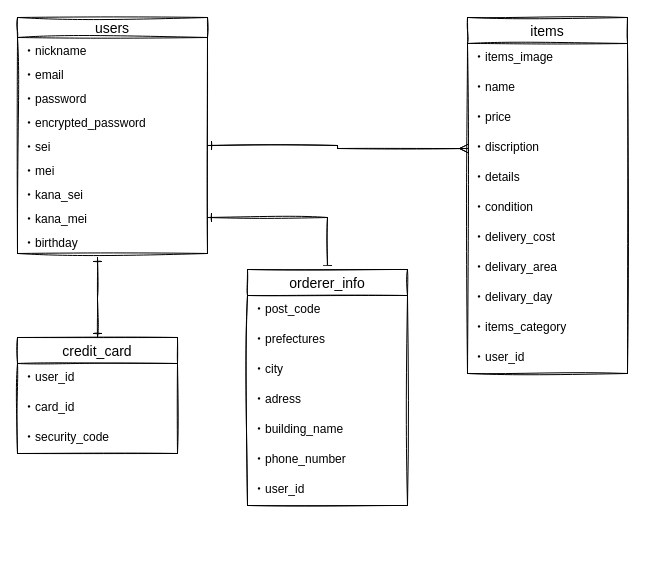
Earlier version of the draw.io diagram ER.dio (IshigeU/furima-32338). Source tidied: cells renumbered, new cells numbered last; positions are measured from the earlier drawing's top-left corner, leaving out a move shared by most shapes. Both pictures are drawn from the tidied source at 100%, with x=0, y=0 at pixel (17, 17).
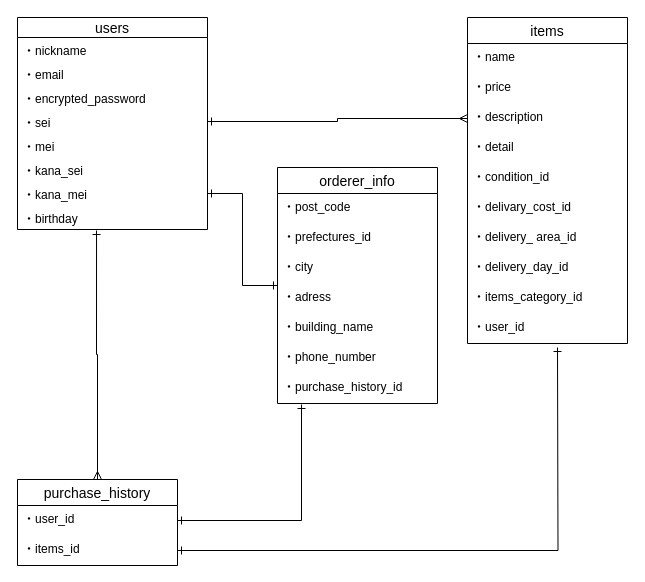
The same diagram, later.

Commit message (it also covers changes not shown here):
ER図およびREADMEの記述修正①

Unchanged cells that the change refers to:
```xml
<mxCell id="36" value="・user_id" style="text;strokeColor=none;fillColor=none;spacingLeft=4;spacingRight=4;overflow=hidden;points=[[0,0.5],[1,0.5]];portConstraint=eastwest;fontSize=12;" parent="35" vertex="1">
  <mxGeometry y="26" width="160" height="30" as="geometry" />
</mxCell>
```

Change to the diagram source:
```diff
@@
-    <mxCell id="2" value="users" style="swimlane;fontStyle=0;horizontal=1;startSize=20;align=center;fontSize=14;sketch=1;" parent="1" vertex="1">
-      <mxGeometry width="190" height="236" as="geometry" />
+    <mxCell id="2" value="users" style="swimlane;fontStyle=0;horizontal=1;startSize=20;align=center;fontSize=14;" parent="1" vertex="1">
+      <mxGeometry width="190" height="212" as="geometry" />
     </mxCell>
@@
-    <mxCell id="5" value="・password" style="text;strokeColor=none;fillColor=none;spacingLeft=4;spacingRight=4;overflow=hidden;fontSize=12;" parent="2" vertex="1">
-      <mxGeometry y="68" width="190" height="24" as="geometry" />
-    </mxCell>
     <mxCell id="6" value="・encrypted_password" style="text;strokeColor=none;fillColor=none;spacingLeft=4;spacingRight=4;overflow=hidden;points=[[0,0.5],[1,0.5]];portConstraint=eastwest;fontSize=12;" parent="2" vertex="1">
-      <mxGeometry y="92" width="190" height="24" as="geometry" />
+      <mxGeometry y="68" width="190" height="24" as="geometry" />
     </mxCell>
     <mxCell id="7" value="・sei" style="text;strokeColor=none;fillColor=none;spacingLeft=4;spacingRight=4;overflow=hidden;points=[[0,0.5],[1,0.5]];portConstraint=eastwest;fontSize=12;" parent="2" vertex="1">
-      <mxGeometry y="116" width="190" height="24" as="geometry" />
+      <mxGeometry y="92" width="190" height="24" as="geometry" />
     </mxCell>
     <mxCell id="8" value="・mei&#10;" style="text;strokeColor=none;fillColor=none;spacingLeft=4;spacingRight=4;overflow=hidden;fontSize=12;" parent="2" vertex="1">
-      <mxGeometry y="140" width="190" height="24" as="geometry" />
+      <mxGeometry y="116" width="190" height="24" as="geometry" />
     </mxCell>
     <mxCell id="9" value="・kana_sei" style="text;strokeColor=none;fillColor=none;spacingLeft=4;spacingRight=4;overflow=hidden;fontSize=12;" parent="2" vertex="1">
-      <mxGeometry y="164" width="190" height="24" as="geometry" />
+      <mxGeometry y="140" width="190" height="24" as="geometry" />
     </mxCell>
     <mxCell id="10" value="・kana_mei&#10;" style="text;strokeColor=none;fillColor=none;spacingLeft=4;spacingRight=4;overflow=hidden;points=[[0,0.5],[1,0.5]];portConstraint=eastwest;fontSize=12;" parent="2" vertex="1">
-      <mxGeometry y="188" width="190" height="24" as="geometry" />
+      <mxGeometry y="164" width="190" height="24" as="geometry" />
     </mxCell>
     <mxCell id="11" value="・birthday" style="text;strokeColor=none;fillColor=none;spacingLeft=4;spacingRight=4;overflow=hidden;points=[[0,0.5],[1,0.5]];portConstraint=eastwest;fontSize=12;" parent="2" vertex="1">
-      <mxGeometry y="212" width="190" height="24" as="geometry" />
+      <mxGeometry y="188" width="190" height="24" as="geometry" />
     </mxCell>
-    <mxCell id="12" style="edgeStyle=orthogonalEdgeStyle;rounded=0;sketch=1;orthogonalLoop=1;jettySize=auto;html=1;exitX=1;exitY=0.5;exitDx=0;exitDy=0;" parent="2" edge="1" source="6" target="6">
+    <mxCell id="12" style="edgeStyle=orthogonalEdgeStyle;rounded=0;orthogonalLoop=1;jettySize=auto;html=1;exitX=1;exitY=0.5;exitDx=0;exitDy=0;" parent="2" edge="1" source="6" target="6">
       <mxGeometry relative="1" as="geometry" />
     </mxCell>
-    <mxCell id="13" value="items" style="swimlane;fontStyle=0;horizontal=1;startSize=26;align=center;fontSize=14;sketch=1;" parent="1" vertex="1">
-      <mxGeometry x="450" width="160" height="356" as="geometry" />
+    <mxCell id="13" value="items" style="swimlane;fontStyle=0;horizontal=1;startSize=26;align=center;fontSize=14;" parent="1" vertex="1">
+      <mxGeometry x="450" width="160" height="326" as="geometry" />
     </mxCell>
-    <mxCell id="14" value="・items_image&#10;" style="text;strokeColor=none;fillColor=none;spacingLeft=4;spacingRight=4;overflow=hidden;fontSize=12;" parent="13" vertex="1">
-      <mxGeometry y="26" width="160" height="30" as="geometry" />
-    </mxCell>
     <mxCell id="15" value="・name" style="text;strokeColor=none;fillColor=none;spacingLeft=4;spacingRight=4;overflow=hidden;fontSize=12;" parent="13" vertex="1">
-      <mxGeometry y="56" width="160" height="30" as="geometry" />
+      <mxGeometry y="26" width="160" height="30" as="geometry" />
     </mxCell>
     <mxCell id="16" value="・price&#10;" style="text;strokeColor=none;fillColor=none;spacingLeft=4;spacingRight=4;overflow=hidden;fontSize=12;" parent="13" vertex="1">
-      <mxGeometry y="86" width="160" height="30" as="geometry" />
+      <mxGeometry y="56" width="160" height="30" as="geometry" />
     </mxCell>
-    <mxCell id="17" value="・discription" style="text;strokeColor=none;fillColor=none;spacingLeft=4;spacingRight=4;overflow=hidden;points=[[0,0.5],[1,0.5]];portConstraint=eastwest;fontSize=12;" parent="13" vertex="1">
-      <mxGeometry y="116" width="160" height="30" as="geometry" />
+    <mxCell id="17" value="・description" style="text;strokeColor=none;fillColor=none;spacingLeft=4;spacingRight=4;overflow=hidden;points=[[0,0.5],[1,0.5]];portConstraint=eastwest;fontSize=12;" parent="13" vertex="1">
+      <mxGeometry y="86" width="160" height="30" as="geometry" />
     </mxCell>
-    <mxCell id="18" value="・details" style="text;strokeColor=none;fillColor=none;spacingLeft=4;spacingRight=4;overflow=hidden;fontSize=12;" parent="13" vertex="1">
-      <mxGeometry y="146" width="160" height="30" as="geometry" />
+    <mxCell id="18" value="・detail" style="text;strokeColor=none;fillColor=none;spacingLeft=4;spacingRight=4;overflow=hidden;fontSize=12;" parent="13" vertex="1">
+      <mxGeometry y="116" width="160" height="30" as="geometry" />
     </mxCell>
-    <mxCell id="19" value="・condition" style="text;strokeColor=none;fillColor=none;spacingLeft=4;spacingRight=4;overflow=hidden;fontSize=12;" parent="13" vertex="1">
-      <mxGeometry y="176" width="160" height="30" as="geometry" />
+    <mxCell id="19" value="・condition_id" style="text;strokeColor=none;fillColor=none;spacingLeft=4;spacingRight=4;overflow=hidden;fontSize=12;" parent="13" vertex="1">
+      <mxGeometry y="146" width="160" height="30" as="geometry" />
     </mxCell>
-    <mxCell id="20" value="・delivery_cost" style="text;strokeColor=none;fillColor=none;spacingLeft=4;spacingRight=4;overflow=hidden;fontSize=12;" parent="13" vertex="1">
-      <mxGeometry y="206" width="160" height="30" as="geometry" />
+    <mxCell id="20" value="・delivary_cost_id&#10;" style="text;strokeColor=none;fillColor=none;spacingLeft=4;spacingRight=4;overflow=hidden;fontSize=12;" parent="13" vertex="1">
+      <mxGeometry y="176" width="160" height="30" as="geometry" />
     </mxCell>
-    <mxCell id="21" value="・delivary_area" style="text;strokeColor=none;fillColor=none;spacingLeft=4;spacingRight=4;overflow=hidden;fontSize=12;" parent="13" vertex="1">
-      <mxGeometry y="236" width="160" height="30" as="geometry" />
+    <mxCell id="21" value="・delivery_ area_id&#10;" style="text;strokeColor=none;fillColor=none;spacingLeft=4;spacingRight=4;overflow=hidden;fontSize=12;" parent="13" vertex="1">
+      <mxGeometry y="206" width="160" height="30" as="geometry" />
     </mxCell>
-    <mxCell id="22" value="・delivary_day" style="text;strokeColor=none;fillColor=none;spacingLeft=4;spacingRight=4;overflow=hidden;fontSize=12;" parent="13" vertex="1">
-      <mxGeometry y="266" width="160" height="30" as="geometry" />
+    <mxCell id="22" value="・delivery_day_id" style="text;strokeColor=none;fillColor=none;spacingLeft=4;spacingRight=4;overflow=hidden;fontSize=12;" parent="13" vertex="1">
+      <mxGeometry y="236" width="160" height="30" as="geometry" />
     </mxCell>
-    <mxCell id="23" value="・items_category" style="text;strokeColor=none;fillColor=none;spacingLeft=4;spacingRight=4;overflow=hidden;fontSize=12;" parent="13" vertex="1">
-      <mxGeometry y="296" width="160" height="30" as="geometry" />
+    <mxCell id="23" value="・items_category_id" style="text;strokeColor=none;fillColor=none;spacingLeft=4;spacingRight=4;overflow=hidden;fontSize=12;" parent="13" vertex="1">
+      <mxGeometry y="266" width="160" height="30" as="geometry" />
     </mxCell>
     <mxCell id="24" value="・user_id" style="text;strokeColor=none;fillColor=none;spacingLeft=4;spacingRight=4;overflow=hidden;fontSize=12;" parent="13" vertex="1">
-      <mxGeometry y="326" width="160" height="30" as="geometry" />
+      <mxGeometry y="296" width="160" height="30" as="geometry" />
     </mxCell>
-    <mxCell id="25" style="edgeStyle=orthogonalEdgeStyle;rounded=0;sketch=1;jettySize=auto;html=1;entryX=1;entryY=0.5;entryDx=0;entryDy=0;startArrow=ERone;startFill=0;endArrow=ERone;endFill=0;" parent="1" edge="1" source="26" target="10">
+    <mxCell id="25" style="edgeStyle=orthogonalEdgeStyle;rounded=0;jettySize=auto;html=1;entryX=1;entryY=0.5;entryDx=0;entryDy=0;startArrow=ERone;startFill=0;endArrow=ERone;endFill=0;" parent="1" edge="1" source="26" target="10">
       <mxGeometry relative="1" as="geometry" />
     </mxCell>
-    <mxCell id="26" value="orderer_info" style="swimlane;fontStyle=0;horizontal=1;startSize=26;align=center;fontSize=14;sketch=1;" parent="1" vertex="1">
-      <mxGeometry x="230" y="252" width="160" height="236" as="geometry" />
+    <mxCell id="26" value="orderer_info" style="swimlane;fontStyle=0;horizontal=1;startSize=26;align=center;fontSize=14;" parent="1" vertex="1">
+      <mxGeometry x="260" y="150" width="160" height="236" as="geometry" />
     </mxCell>
@@
-    <mxCell id="28" value="・prefectures" style="text;strokeColor=none;fillColor=none;spacingLeft=4;spacingRight=4;overflow=hidden;fontSize=12;" parent="26" vertex="1">
+    <mxCell id="28" value="・prefectures_id" style="text;strokeColor=none;fillColor=none;spacingLeft=4;spacingRight=4;overflow=hidden;fontSize=12;" parent="26" vertex="1">
       <mxGeometry y="56" width="160" height="30" as="geometry" />
     </mxCell>
@@
-    <mxCell id="33" value="・user_id" style="text;strokeColor=none;fillColor=none;spacingLeft=4;spacingRight=4;overflow=hidden;fontSize=12;" parent="26" vertex="1">
-      <mxGeometry y="206" width="160" height="30" as="geometry" />
-    </mxCell>
-    <mxCell id="34" style="edgeStyle=orthogonalEdgeStyle;rounded=0;sketch=1;jettySize=auto;html=1;startArrow=ERone;startFill=0;endArrow=ERone;endFill=0;" parent="1" edge="1" source="35">
-      <mxGeometry relative="1" as="geometry">
-        <mxPoint x="80" y="240" as="targetPoint" />
-      </mxGeometry>
-    </mxCell>
+    <mxCell id="40" value="・purchase_history_id" style="text;strokeColor=none;fillColor=none;spacingLeft=4;spacingRight=4;overflow=hidden;points=[[0,0.5],[1,0.5]];portConstraint=eastwest;fontSize=12;" parent="26" vertex="1">
+      <mxGeometry y="206" width="160" height="30" as="geometry" />
+    </mxCell>
+    <mxCell id="41" style="edgeStyle=orthogonalEdgeStyle;rounded=0;jettySize=auto;html=1;startArrow=ERmany;startFill=0;endArrow=ERone;endFill=0;entryX=0.416;entryY=1.042;entryDx=0;entryDy=0;entryPerimeter=0;" parent="1" edge="1" source="35" target="11">
+      <mxGeometry relative="1" as="geometry" />
+    </mxCell>
-    <mxCell id="35" value="credit_card" style="swimlane;fontStyle=0;horizontal=1;startSize=26;align=center;fontSize=14;sketch=1;" parent="1" vertex="1">
-      <mxGeometry y="320" width="160" height="116" as="geometry" />
+    <mxCell id="35" value="purchase_history" style="swimlane;fontStyle=0;horizontal=1;startSize=26;align=center;fontSize=14;" parent="1" vertex="1">
+      <mxGeometry y="462" width="160" height="86" as="geometry" />
     </mxCell>
@@
-    <mxCell id="37" value="・card_id" style="text;strokeColor=none;fillColor=none;spacingLeft=4;spacingRight=4;overflow=hidden;points=[[0,0.5],[1,0.5]];portConstraint=eastwest;fontSize=12;" parent="35" vertex="1">
+    <mxCell id="37" value="・items_id" style="text;strokeColor=none;fillColor=none;spacingLeft=4;spacingRight=4;overflow=hidden;points=[[0,0.5],[1,0.5]];portConstraint=eastwest;fontSize=12;" parent="35" vertex="1">
       <mxGeometry y="56" width="160" height="30" as="geometry" />
     </mxCell>
-    <mxCell id="38" value="・security_code" style="text;strokeColor=none;fillColor=none;spacingLeft=4;spacingRight=4;overflow=hidden;fontSize=12;" parent="35" vertex="1">
-      <mxGeometry y="86" width="160" height="30" as="geometry" />
-    </mxCell>
-    <mxCell id="39" style="edgeStyle=orthogonalEdgeStyle;rounded=0;sketch=1;jettySize=auto;html=1;entryX=0;entryY=0.5;entryDx=0;entryDy=0;startArrow=ERone;startFill=0;endArrow=ERmany;endFill=0;" parent="1" edge="1" source="7" target="17">
+    <mxCell id="39" style="edgeStyle=orthogonalEdgeStyle;rounded=0;jettySize=auto;html=1;entryX=0;entryY=0.5;entryDx=0;entryDy=0;startArrow=ERone;startFill=0;endArrow=ERmany;endFill=0;" parent="1" edge="1" source="7" target="17">
       <mxGeometry relative="1" as="geometry" />
     </mxCell>
+    <mxCell id="42" style="edgeStyle=orthogonalEdgeStyle;rounded=0;jettySize=auto;html=1;entryX=0.15;entryY=1.033;entryDx=0;entryDy=0;entryPerimeter=0;startArrow=ERone;startFill=0;endArrow=ERone;endFill=0;" parent="1" edge="1" source="36" target="40">
+      <mxGeometry relative="1" as="geometry" />
+    </mxCell>
+    <mxCell id="43" style="edgeStyle=orthogonalEdgeStyle;rounded=0;jettySize=auto;html=1;startArrow=ERone;startFill=0;endArrow=ERone;endFill=0;" parent="1" edge="1" source="37">
+      <mxGeometry relative="1" as="geometry">
+        <mxPoint x="540" y="330" as="targetPoint" />
+      </mxGeometry>
+    </mxCell>
```
